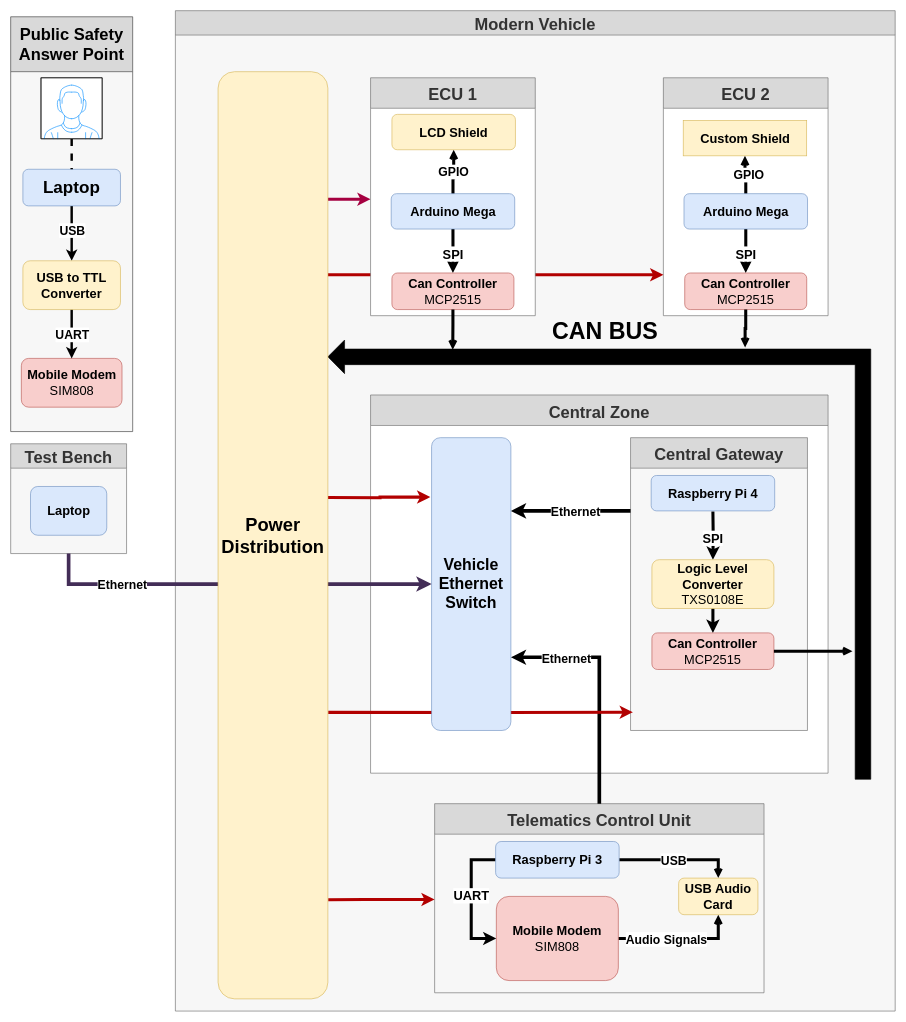
Ahmeddsherrif/GP_TCU keeps this draw.io diagram as __OTHER/__OLD/Other/Documentations/BlockDigrams/V8_Hardware.drawio. Above is the earlier version. Source tidied: cells renumbered, new cells numbered last; positions are measured from the earlier drawing's top-left corner, leaving out a move shared by most shapes. Both pictures are drawn from the tidied source at 61%, with x=0, y=0 at pixel (10, 10).
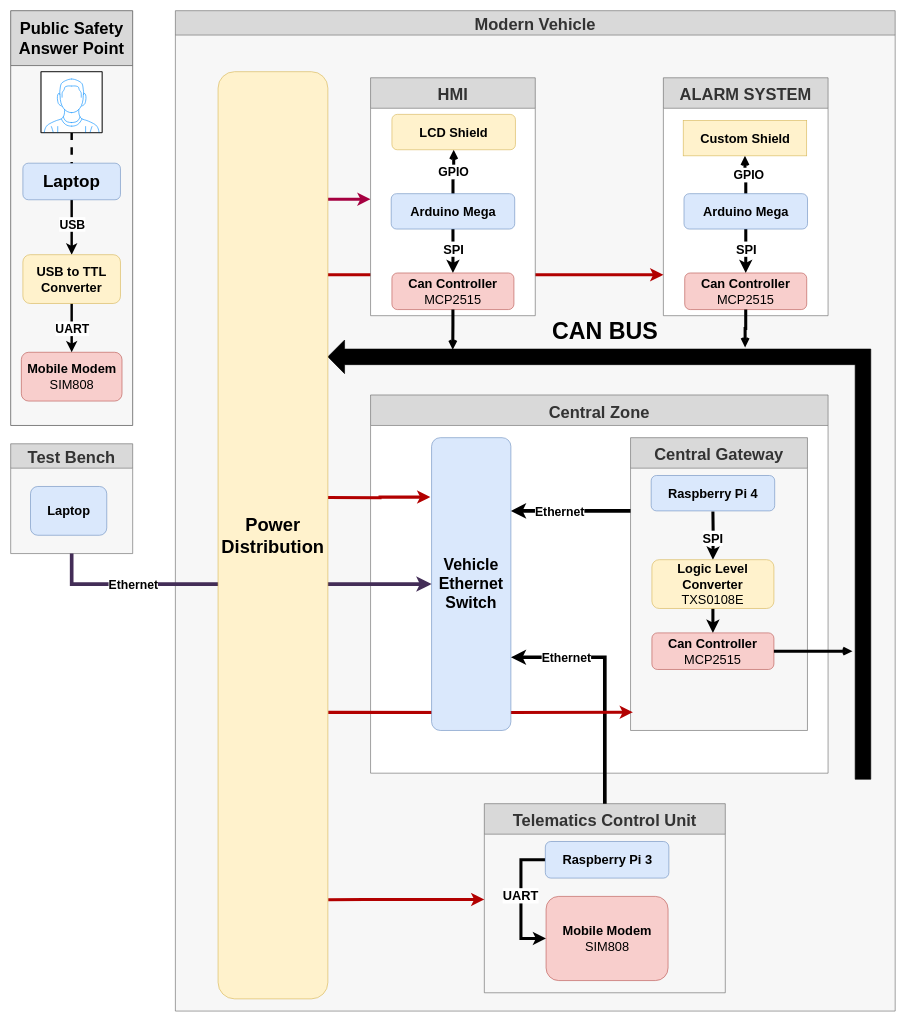
The same diagram, later.

Unchanged cells that the change refers to:
```xml
<mxCell id="2" value="Modern Vehicle" style="swimlane;strokeColor=#666666;fontColor=#333333;fontSize=27;startSize=40;swimlaneFillColor=#F7F7F7;fillColor=#D9D9D9;" parent="1" vertex="1">
  <mxGeometry x="270" width="1180" height="1640" as="geometry" />
</mxCell>
<mxCell id="4" style="edgeStyle=orthogonalEdgeStyle;rounded=0;jettySize=auto;html=1;entryX=0.5;entryY=0;entryDx=0;entryDy=0;startArrow=none;startFill=0;fontSize=25;fontStyle=1;endArrow=classic;endFill=1;strokeWidth=5;" parent="3" edge="1" source="8" target="6">
  <mxGeometry relative="1" as="geometry" />
</mxCell>
<mxCell id="15" value="Raspberry Pi 3" style="rounded=1;whiteSpace=wrap;html=1;fontStyle=1;fontSize=21;fillColor=#dae8fc;strokeColor=#6c8ebf;" parent="10" vertex="1">
  <mxGeometry x="100" y="62" width="202.5" height="60" as="geometry" />
</mxCell>
<mxCell id="18" value="Mobile Modem&lt;br&gt;&lt;span style=&quot;font-weight: normal&quot;&gt;SIM808&lt;/span&gt;" style="rounded=1;whiteSpace=wrap;html=1;fontStyle=1;fontSize=21;fillColor=#f8cecc;strokeColor=#b85450;" parent="10" vertex="1">
  <mxGeometry x="101.2" y="152" width="200" height="138" as="geometry" />
</mxCell>
<mxCell id="45" style="edgeStyle=orthogonalEdgeStyle;rounded=0;jettySize=auto;html=1;strokeWidth=6;startArrow=none;startFill=0;exitX=0;exitY=0.25;exitDx=0;exitDy=0;entryX=1;entryY=0.25;entryDx=0;entryDy=0;" parent="1" edge="1" source="22" target="51">
  <mxGeometry relative="1" as="geometry" />
</mxCell>
<mxCell id="51" value="&lt;font style=&quot;font-size: 26px&quot;&gt;Vehicle Ethernet Switch&lt;/font&gt;" style="rounded=1;whiteSpace=wrap;html=1;fontStyle=1;fontSize=21;fillColor=#dae8fc;strokeColor=#6c8ebf;arcSize=11;" parent="1" vertex="1">
  <mxGeometry x="690" y="700" width="130" height="480" as="geometry" />
</mxCell>
<mxCell id="54" style="edgeStyle=orthogonalEdgeStyle;rounded=0;jettySize=auto;html=1;entryX=0.5;entryY=0;entryDx=0;entryDy=0;startArrow=none;startFill=0;fontSize=25;fontStyle=1;endArrow=classic;endFill=1;strokeWidth=5;exitX=0.5;exitY=1;exitDx=0;exitDy=0;" parent="53" edge="1" source="57" target="58">
  <mxGeometry relative="1" as="geometry" />
</mxCell>
```

What changed in the source:
```diff
@@
-    <mxCell id="3" value="ECU 2" style="swimlane;strokeColor=#666666;fontColor=#333333;fontSize=27;startSize=50;swimlaneFillColor=#FFFFFF;fillColor=#D9D9D9;verticalAlign=middle;" parent="2" vertex="1">
+    <mxCell id="3" value="ALARM SYSTEM" style="swimlane;strokeColor=#666666;fontColor=#333333;fontSize=27;startSize=50;swimlaneFillColor=#FFFFFF;fillColor=#D9D9D9;verticalAlign=middle;" parent="2" vertex="1">
       <mxGeometry x="800" y="110" width="270" height="390" as="geometry" />
     </mxCell>
@@
     <mxCell id="5" value="SPI" style="edgeLabel;html=1;align=center;verticalAlign=middle;fontSize=21;fontStyle=1;" parent="4" vertex="1">
       <mxGeometry x="-0.15" y="-1" relative="1" as="geometry">
-        <mxPoint y="9.5" as="offset" />
+        <mxPoint x="1" y="1.6" as="offset" />
       </mxGeometry>
     </mxCell>
@@
     <mxCell id="10" value="Telematics Control Unit" style="swimlane;strokeColor=#666666;fontColor=#333333;fontSize=27;startSize=50;swimlaneFillColor=#F7F7F7;fillColor=#D9D9D9;verticalAlign=middle;" parent="2" vertex="1">
-      <mxGeometry x="425" y="1300" width="540" height="310" as="geometry" />
+      <mxGeometry x="506.5" y="1300" width="395" height="310" as="geometry" />
     </mxCell>
@@
-    <mxCell id="13" style="edgeStyle=orthogonalEdgeStyle;rounded=0;jettySize=auto;html=1;entryX=0.5;entryY=0;entryDx=0;entryDy=0;startArrow=none;startFill=0;endArrow=open;endFill=0;endSize=5;strokeWidth=5;" parent="10" edge="1" source="15" target="19">
-      <mxGeometry relative="1" as="geometry" />
-    </mxCell>
-    <mxCell id="14" value="USB" style="edgeLabel;html=1;align=center;verticalAlign=middle;fontSize=20;fontStyle=1;" parent="13" vertex="1">
-      <mxGeometry x="0.21" y="-4" relative="1" as="geometry">
-        <mxPoint x="-27.2" y="-4" as="offset" />
-      </mxGeometry>
-    </mxCell>
@@
-    <mxCell id="16" style="edgeStyle=orthogonalEdgeStyle;rounded=0;jettySize=auto;html=1;exitX=1;exitY=0.5;exitDx=0;exitDy=0;entryX=0.5;entryY=1;entryDx=0;entryDy=0;startArrow=none;startFill=0;endArrow=open;endFill=0;endSize=5;strokeWidth=5;" parent="10" edge="1" source="18" target="19">
-      <mxGeometry relative="1" as="geometry" />
-    </mxCell>
-    <mxCell id="17" value="Audio Signals" style="edgeLabel;html=1;align=center;verticalAlign=middle;fontStyle=1;fontSize=20;" parent="16" vertex="1">
-      <mxGeometry y="4" relative="1" as="geometry">
-        <mxPoint x="-23.2" y="4" as="offset" />
-      </mxGeometry>
-    </mxCell>
@@
-    <mxCell id="19" value="USB Audio Card&lt;br&gt;" style="rounded=1;whiteSpace=wrap;html=1;fontStyle=1;fontSize=21;fillColor=#fff2cc;strokeColor=#d6b656;" parent="10" vertex="1">
-      <mxGeometry x="400" y="122" width="130" height="60" as="geometry" />
-    </mxCell>
@@
     <mxCell id="30" value="Test Bench" style="swimlane;strokeColor=#666666;fontColor=#333333;fontSize=27;startSize=40;swimlaneFillColor=#F7F7F7;fillColor=#D9D9D9;" parent="1" vertex="1">
-      <mxGeometry y="710" width="190" height="180" as="geometry" />
+      <mxGeometry y="710" width="200" height="180" as="geometry" />
     </mxCell>
@@
     <mxCell id="32" value="Public Safety Answer Point" style="swimlane;fontSize=27;startSize=90;whiteSpace=wrap;swimlaneFillColor=#F7F7F7;fillColor=#D9D9D9;strokeColor=#333333;" parent="1" vertex="1">
-      <mxGeometry y="10" width="200" height="680" as="geometry" />
+      <mxGeometry width="200" height="680" as="geometry" />
     </mxCell>
@@
     <mxCell id="43" style="edgeStyle=orthogonalEdgeStyle;rounded=0;jettySize=auto;html=1;strokeWidth=6;startArrow=none;startFill=0;exitX=0.5;exitY=0;exitDx=0;exitDy=0;entryX=1;entryY=0.75;entryDx=0;entryDy=0;" parent="1" edge="1" source="10" target="51">
       <mxGeometry relative="1" as="geometry">
         <Array as="points">
-          <mxPoint x="965" y="1060" />
+          <mxPoint x="974" y="1060" />
         </Array>
       </mxGeometry>
     </mxCell>
     <mxCell id="44" value="Ethernet" style="edgeLabel;html=1;align=center;verticalAlign=middle;fontSize=20;fontStyle=1;" parent="43" vertex="1">
       <mxGeometry x="0.17" y="-4" relative="1" as="geometry">
-        <mxPoint x="-59" y="-14" as="offset" />
+        <mxPoint x="-68" y="-9.2" as="offset" />
       </mxGeometry>
     </mxCell>
@@
     <mxCell id="46" value="Ethernet" style="edgeLabel;html=1;align=center;verticalAlign=middle;fontSize=20;fontStyle=1;" parent="45" vertex="1">
       <mxGeometry x="0.17" y="-4" relative="1" as="geometry">
-        <mxPoint x="24.3" y="4" as="offset" />
+        <mxPoint x="-2" y="4" as="offset" />
       </mxGeometry>
     </mxCell>
@@
-    <mxCell id="53" value="ECU 1" style="swimlane;strokeColor=#666666;fontColor=#333333;fontSize=27;startSize=50;swimlaneFillColor=#FFFFFF;fillColor=#D9D9D9;verticalAlign=middle;" parent="1" vertex="1">
+    <mxCell id="53" value="HMI" style="swimlane;strokeColor=#666666;fontColor=#333333;fontSize=27;startSize=50;swimlaneFillColor=#FFFFFF;fillColor=#D9D9D9;verticalAlign=middle;" parent="1" vertex="1">
       <mxGeometry x="590" y="110" width="270" height="390" as="geometry" />
     </mxCell>
@@
     <mxCell id="55" value="SPI" style="edgeLabel;html=1;align=center;verticalAlign=middle;fontSize=21;fontStyle=1;" parent="54" vertex="1">
       <mxGeometry x="-0.15" y="-1" relative="1" as="geometry">
-        <mxPoint y="9.5" as="offset" />
+        <mxPoint x="1" y="1.7" as="offset" />
       </mxGeometry>
     </mxCell>
@@
     <mxCell id="62" style="edgeStyle=orthogonalEdgeStyle;rounded=0;jettySize=auto;html=1;strokeWidth=6;startArrow=none;startFill=0;exitX=0.5;exitY=1;exitDx=0;exitDy=0;entryX=0;entryY=0.5;entryDx=0;entryDy=0;fillColor=#76608a;strokeColor=#432D57;" parent="1" edge="1" source="30">
       <mxGeometry relative="1" as="geometry">
         <mxPoint x="690" y="940" as="targetPoint" />
         <Array as="points">
-          <mxPoint x="95" y="940" />
+          <mxPoint x="100" y="940" />
         </Array>
       </mxGeometry>
     </mxCell>
     <mxCell id="63" value="Ethernet" style="edgeLabel;html=1;align=center;verticalAlign=middle;fontStyle=1;fontSize=20;" parent="62" vertex="1">
       <mxGeometry x="-0.09" y="5" relative="1" as="geometry">
-        <mxPoint x="-155.4" y="5" as="offset" />
+        <mxPoint x="-141" y="5" as="offset" />
       </mxGeometry>
     </mxCell>
```
